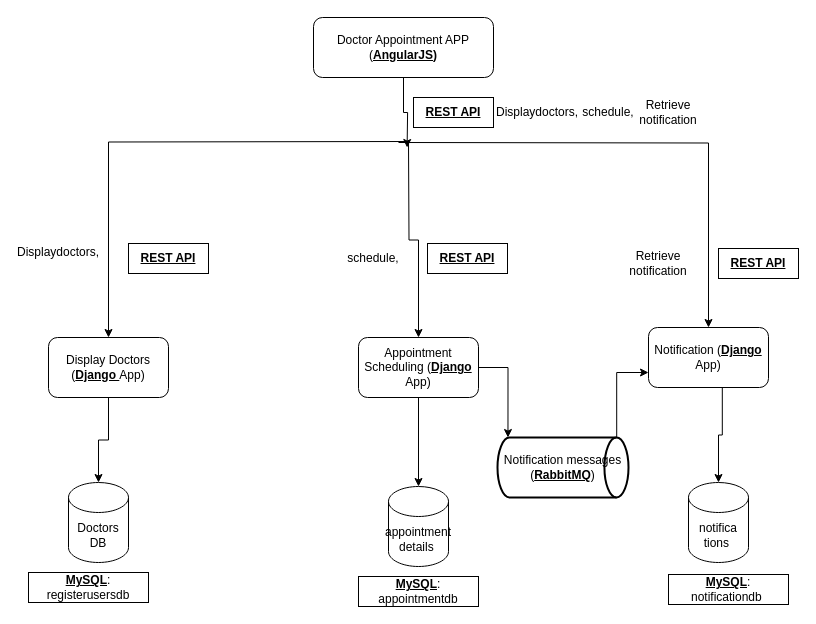
This is Untitled Diagram.drawio from atheeswaran/Scalable-Services, a draw.io file, before an edit. Source tidied: cells renumbered, new cells numbered last; positions are measured from the earlier drawing's top-left corner, leaving out a move shared by most shapes. Both pictures are drawn from the tidied source at 100%, with x=0, y=0 at pixel (28, 17).
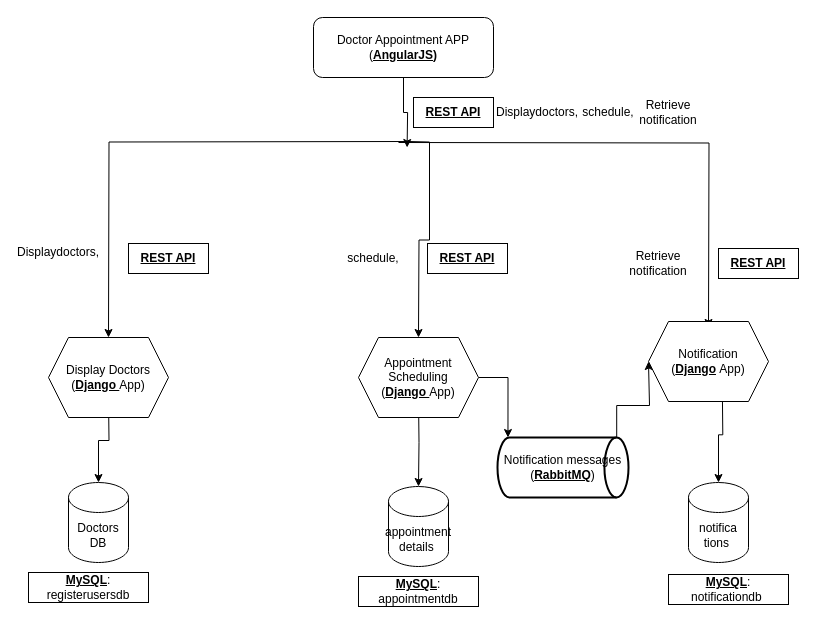
Above is the later version.

The change refers to these unchanged cells:
```xml
<mxCell id="14" value="Doctors DB" style="shape=cylinder3;whiteSpace=wrap;html=1;boundedLbl=1;backgroundOutline=1;size=15;" parent="1" vertex="1">
  <mxGeometry x="40" y="465" width="60" height="80" as="geometry" />
</mxCell>
<mxCell id="15" value="appointment details&amp;nbsp;" style="shape=cylinder3;whiteSpace=wrap;html=1;boundedLbl=1;backgroundOutline=1;size=15;" parent="1" vertex="1">
  <mxGeometry x="360" y="469" width="60" height="80" as="geometry" />
</mxCell>
<mxCell id="16" value="notifica tions&amp;nbsp;" style="shape=cylinder3;whiteSpace=wrap;html=1;boundedLbl=1;backgroundOutline=1;size=15;" parent="1" vertex="1">
  <mxGeometry x="660" y="465" width="60" height="80" as="geometry" />
</mxCell>
<mxCell id="31" value="Notification messages (&lt;b&gt;&lt;u&gt;RabbitMQ&lt;/u&gt;&lt;/b&gt;)" style="strokeWidth=2;html=1;shape=mxgraph.flowchart.direct_data;whiteSpace=wrap;" parent="1" vertex="1">
  <mxGeometry x="469" y="420" width="131" height="60" as="geometry" />
</mxCell>
```

Change to the diagram source:
```diff
@@
-    <mxCell id="5" style="edgeStyle=orthogonalEdgeStyle;rounded=0;jettySize=auto;html=1;entryX=0.5;entryY=0;entryDx=0;entryDy=0;" parent="1" edge="1" target="9">
+    <mxCell id="5" style="edgeStyle=orthogonalEdgeStyle;rounded=0;orthogonalLoop=1;jettySize=auto;html=1;entryX=0.5;entryY=0;entryDx=0;entryDy=0;" parent="1" edge="1">
       <mxGeometry relative="1" as="geometry">
         <mxPoint x="380" y="124" as="sourcePoint" />
+        <mxPoint x="80" y="320" as="targetPoint" />
       </mxGeometry>
     </mxCell>
-    <mxCell id="6" style="edgeStyle=orthogonalEdgeStyle;rounded=0;jettySize=auto;html=1;" parent="1" edge="1" target="11">
+    <mxCell id="6" style="edgeStyle=orthogonalEdgeStyle;rounded=0;orthogonalLoop=1;jettySize=auto;html=1;" parent="1" edge="1">
       <mxGeometry relative="1" as="geometry">
         <mxPoint x="380" y="124" as="sourcePoint" />
+        <mxPoint x="390" y="320" as="targetPoint" />
       </mxGeometry>
     </mxCell>
-    <mxCell id="7" style="edgeStyle=orthogonalEdgeStyle;rounded=0;jettySize=auto;html=1;entryX=0.5;entryY=0;entryDx=0;entryDy=0;" parent="1" edge="1" target="13">
+    <mxCell id="7" style="edgeStyle=orthogonalEdgeStyle;rounded=0;orthogonalLoop=1;jettySize=auto;html=1;entryX=0.5;entryY=0;entryDx=0;entryDy=0;" parent="1" edge="1">
       <mxGeometry relative="1" as="geometry">
         <mxPoint x="370" y="125" as="sourcePoint" />
+        <mxPoint x="680" y="310" as="targetPoint" />
       </mxGeometry>
     </mxCell>
-    <mxCell id="8" style="edgeStyle=orthogonalEdgeStyle;rounded=0;jettySize=auto;html=1;" parent="1" edge="1" source="9" target="14">
-      <mxGeometry relative="1" as="geometry" />
+    <mxCell id="8" style="edgeStyle=orthogonalEdgeStyle;rounded=0;jettySize=auto;html=1;" parent="1" edge="1" target="14">
+      <mxGeometry relative="1" as="geometry">
+        <mxPoint x="80" y="380" as="sourcePoint" />
+      </mxGeometry>
     </mxCell>
-    <mxCell id="9" value="Display Doctors (&lt;b&gt;&lt;u&gt;Django &lt;/u&gt;&lt;/b&gt;App)" style="rounded=1;whiteSpace=wrap;html=1;" parent="1" vertex="1">
-      <mxGeometry x="20" y="320" width="120" height="60" as="geometry" />
-    </mxCell>
-    <mxCell id="10" style="edgeStyle=orthogonalEdgeStyle;rounded=0;jettySize=auto;html=1;exitX=0.5;exitY=1;exitDx=0;exitDy=0;" parent="1" edge="1" source="11" target="15">
-      <mxGeometry relative="1" as="geometry" />
+    <mxCell id="10" style="edgeStyle=orthogonalEdgeStyle;rounded=0;jettySize=auto;html=1;exitX=0.5;exitY=1;exitDx=0;exitDy=0;" parent="1" edge="1" target="15">
+      <mxGeometry relative="1" as="geometry">
+        <mxPoint x="390" y="380" as="sourcePoint" />
+      </mxGeometry>
     </mxCell>
-    <mxCell id="11" value="Appointment Scheduling (&lt;b&gt;&lt;u&gt;Django &lt;/u&gt;&lt;/b&gt;App)" style="rounded=1;whiteSpace=wrap;html=1;" parent="1" vertex="1">
-      <mxGeometry x="330" y="320" width="120" height="60" as="geometry" />
-    </mxCell>
-    <mxCell id="12" style="edgeStyle=orthogonalEdgeStyle;rounded=0;jettySize=auto;html=1;exitX=0.615;exitY=0.975;exitDx=0;exitDy=0;exitPerimeter=0;" parent="1" edge="1" source="13" target="16">
-      <mxGeometry relative="1" as="geometry" />
+    <mxCell id="12" style="edgeStyle=orthogonalEdgeStyle;rounded=0;jettySize=auto;html=1;exitX=0.615;exitY=0.975;exitDx=0;exitDy=0;exitPerimeter=0;" parent="1" edge="1" target="16">
+      <mxGeometry relative="1" as="geometry">
+        <mxPoint x="693.8" y="368.5" as="sourcePoint" />
+      </mxGeometry>
     </mxCell>
-    <mxCell id="13" value="Notification (&lt;b&gt;&lt;u&gt;Django&lt;/u&gt;&lt;/b&gt; App)" style="rounded=1;whiteSpace=wrap;html=1;" parent="1" vertex="1">
-      <mxGeometry x="620" y="310" width="120" height="60" as="geometry" />
-    </mxCell>
@@
-    <mxCell id="30" style="edgeStyle=orthogonalEdgeStyle;rounded=0;jettySize=auto;html=1;exitX=0.91;exitY=0;exitDx=0;exitDy=0;exitPerimeter=0;entryX=0;entryY=0.75;entryDx=0;entryDy=0;" parent="1" edge="1" source="31" target="13">
-      <mxGeometry relative="1" as="geometry" />
+    <mxCell id="30" style="edgeStyle=orthogonalEdgeStyle;rounded=0;jettySize=auto;html=1;exitX=0.91;exitY=0;exitDx=0;exitDy=0;exitPerimeter=0;entryX=0;entryY=0.5;entryDx=0;entryDy=0;" parent="1" edge="1" source="31" target="13">
+      <mxGeometry relative="1" as="geometry">
+        <Array as="points">
+          <mxPoint x="588" y="388" />
+          <mxPoint x="621" y="388" />
+        </Array>
+      </mxGeometry>
     </mxCell>
@@
-    <mxCell id="32" style="edgeStyle=orthogonalEdgeStyle;rounded=0;jettySize=auto;html=1;entryX=0.08;entryY=0;entryDx=0;entryDy=0;entryPerimeter=0;" parent="1" edge="1" source="11" target="31">
+    <mxCell id="32" style="edgeStyle=orthogonalEdgeStyle;rounded=0;jettySize=auto;html=1;entryX=0.08;entryY=0;entryDx=0;entryDy=0;entryPerimeter=0;exitX=1;exitY=0.5;exitDx=0;exitDy=0;" parent="1" edge="1" source="11" target="31">
       <mxGeometry relative="1" as="geometry" />
     </mxCell>
+    <mxCell id="9" value="Display Doctors (&lt;b style=&quot;border-color: var(--border-color);&quot;&gt;&lt;u style=&quot;border-color: var(--border-color);&quot;&gt;Django&amp;nbsp;&lt;/u&gt;&lt;/b&gt;App)" style="shape=hexagon;perimeter=hexagonPerimeter2;whiteSpace=wrap;html=1;fixedSize=1;" parent="1" vertex="1">
+      <mxGeometry x="20" y="320" width="120" height="80" as="geometry" />
+    </mxCell>
+    <mxCell id="11" value="Appointment Scheduling (&lt;b style=&quot;border-color: var(--border-color);&quot;&gt;&lt;u style=&quot;border-color: var(--border-color);&quot;&gt;Django&amp;nbsp;&lt;/u&gt;&lt;/b&gt;App)" style="shape=hexagon;perimeter=hexagonPerimeter2;whiteSpace=wrap;html=1;fixedSize=1;" parent="1" vertex="1">
+      <mxGeometry x="330" y="320" width="120" height="80" as="geometry" />
+    </mxCell>
+    <mxCell id="13" value="Notification (&lt;b style=&quot;border-color: var(--border-color);&quot;&gt;&lt;u style=&quot;border-color: var(--border-color);&quot;&gt;Django&lt;/u&gt;&lt;/b&gt;&amp;nbsp;App)" style="shape=hexagon;perimeter=hexagonPerimeter2;whiteSpace=wrap;html=1;fixedSize=1;" parent="1" vertex="1">
+      <mxGeometry x="620" y="304" width="120" height="80" as="geometry" />
+    </mxCell>
```
